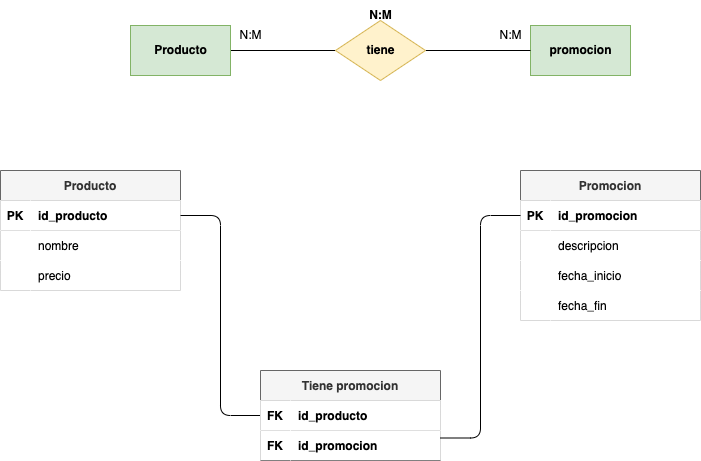
Above: tareas/tarea-3/images/ejercicio14.drawio.png in deylansystem/actividadesBAE (draw.io), before the change. Source tidied: cells renumbered, new cells last; positions are measured from the earlier drawing's top-left corner, leaving out a move shared by most shapes.
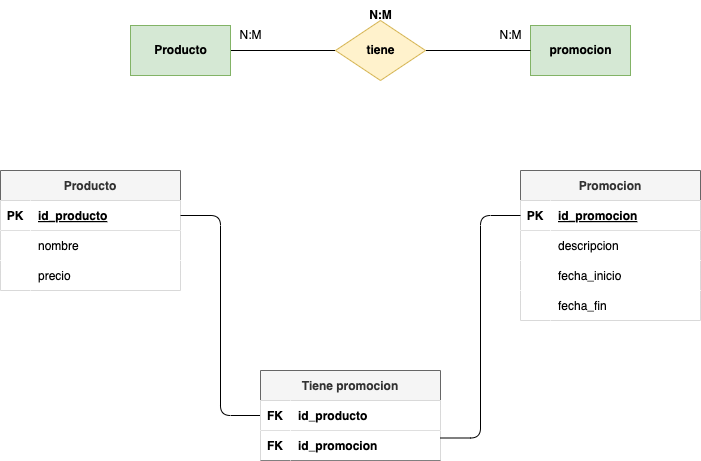
Later version of the same file.

The edit, as a diff of the source:
```diff
@@ -35,7 +35,7 @@
     <mxCell id="12" value="PK" style="shape=partialRectangle;fillColor=#FFFFFF;top=0;left=0;bottom=0;right=0;fontStyle=1;overflow=hidden;fontColor=#000000;" parent="11" vertex="1">
       <mxGeometry width="30" height="30" as="geometry" />
     </mxCell>
-    <mxCell id="13" value="id_producto" style="shape=partialRectangle;fillColor=#FFFFFF;top=0;left=0;bottom=0;right=0;align=left;spacingLeft=6;fontStyle=1;overflow=hidden;fontColor=#000000;" parent="11" vertex="1">
+    <mxCell id="13" value="id_producto" style="shape=partialRectangle;fillColor=#FFFFFF;top=0;left=0;bottom=0;right=0;align=left;spacingLeft=6;fontStyle=5;overflow=hidden;fontColor=#000000;" parent="11" vertex="1">
       <mxGeometry x="30" width="150" height="30" as="geometry" />
     </mxCell>
     <mxCell id="14" style="shape=tableRow;horizontal=0;startSize=0;swimlaneHead=0;swimlaneBody=0;fillColor=#FFFFFF;top=0;left=0;right=0;bottom=0;fontColor=#000000;" parent="10" vertex="1">
@@ -89,7 +89,7 @@
     <mxCell id="30" value="PK" style="shape=partialRectangle;fillColor=#FFFFFF;top=0;left=0;bottom=0;right=0;fontStyle=1;overflow=hidden;fontColor=#000000;" parent="29" vertex="1">
       <mxGeometry width="30" height="30" as="geometry" />
     </mxCell>
-    <mxCell id="31" value="id_promocion" style="shape=partialRectangle;fillColor=#FFFFFF;top=0;left=0;bottom=0;right=0;align=left;spacingLeft=6;fontStyle=1;overflow=hidden;fontColor=#000000;" parent="29" vertex="1">
+    <mxCell id="31" value="id_promocion" style="shape=partialRectangle;fillColor=#FFFFFF;top=0;left=0;bottom=0;right=0;align=left;spacingLeft=6;fontStyle=5;overflow=hidden;fontColor=#000000;" parent="29" vertex="1">
       <mxGeometry x="30" width="150" height="30" as="geometry" />
     </mxCell>
     <mxCell id="32" style="shape=tableRow;horizontal=0;startSize=0;swimlaneHead=0;swimlaneBody=0;fillColor=#FFFFFF;top=0;left=0;right=0;bottom=0;fontColor=#000000;" parent="28" vertex="1">
```
